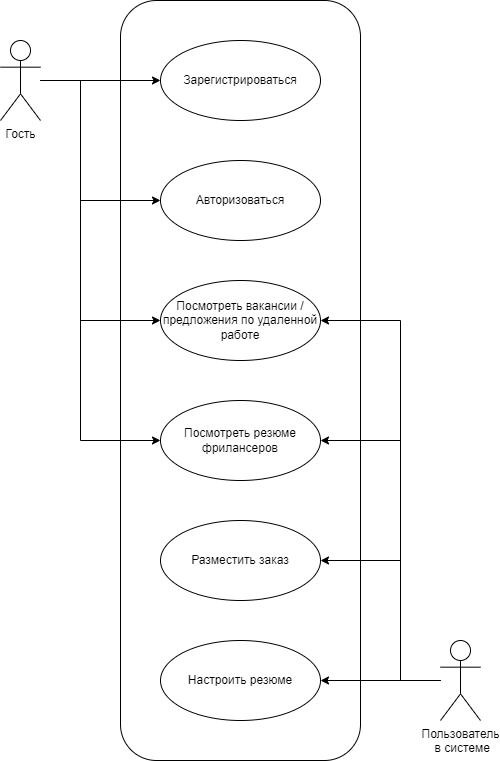
Earlier version of the draw.io export TPO_lab3/report/TPO_lab3.drawio.png (PashcalE2/TPO). Source tidied: cells renumbered, new cells last; positions are measured from the earlier drawing's top-left corner, leaving out a move shared by most shapes. Its diagram source:
```xml
<mxGraphModel>
  <root>
    <mxCell id="0" />
    <mxCell id="1" parent="0" />
    <mxCell id="2" style="rounded=1;whiteSpace=wrap;html=1;gradientColor=none;fillColor=none;" parent="1" vertex="1">
      <mxGeometry x="120" width="240" height="760" as="geometry" />
    </mxCell>
    <mxCell id="3" style="edgeStyle=orthogonalEdgeStyle;rounded=0;jettySize=auto;html=1;entryX=1;entryY=0.5;entryDx=0;entryDy=0;" parent="1" edge="1" source="7" target="8">
      <mxGeometry relative="1" as="geometry">
        <Array as="points">
          <mxPoint x="400" y="680" />
          <mxPoint x="400" y="320" />
        </Array>
      </mxGeometry>
    </mxCell>
    <mxCell id="4" style="edgeStyle=orthogonalEdgeStyle;rounded=0;jettySize=auto;html=1;entryX=1;entryY=0.5;entryDx=0;entryDy=0;" parent="1" edge="1" source="7" target="16">
      <mxGeometry relative="1" as="geometry">
        <Array as="points">
          <mxPoint x="400" y="680" />
          <mxPoint x="400" y="440" />
        </Array>
      </mxGeometry>
    </mxCell>
    <mxCell id="5" style="edgeStyle=orthogonalEdgeStyle;rounded=0;jettySize=auto;html=1;entryX=1;entryY=0.5;entryDx=0;entryDy=0;" parent="1" edge="1" source="7" target="17">
      <mxGeometry relative="1" as="geometry">
        <Array as="points">
          <mxPoint x="400" y="680" />
          <mxPoint x="400" y="560" />
        </Array>
      </mxGeometry>
    </mxCell>
    <mxCell id="6" style="edgeStyle=orthogonalEdgeStyle;rounded=0;jettySize=auto;html=1;entryX=1;entryY=0.5;entryDx=0;entryDy=0;" parent="1" edge="1" source="7" target="18">
      <mxGeometry relative="1" as="geometry" />
    </mxCell>
    <mxCell id="7" value="&lt;div&gt;&lt;div&gt;Пользователь&lt;/div&gt;&lt;div&gt;&amp;nbsp;в&amp;nbsp;&lt;span style=&quot;background-color: initial;&quot;&gt;системе&lt;/span&gt;&lt;/div&gt;&lt;/div&gt;" style="shape=umlActor;verticalLabelPosition=bottom;verticalAlign=top;html=1;outlineConnect=0;" parent="1" vertex="1">
      <mxGeometry x="440" y="640" width="40" height="80" as="geometry" />
    </mxCell>
    <mxCell id="8" value="Посмотреть вакансии / предложения по удаленной работе" style="ellipse;whiteSpace=wrap;html=1;" parent="1" vertex="1">
      <mxGeometry x="160" y="280" width="160" height="80" as="geometry" />
    </mxCell>
    <mxCell id="9" value="Зарегистрироваться" style="ellipse;whiteSpace=wrap;html=1;" parent="1" vertex="1">
      <mxGeometry x="160" y="40" width="160" height="80" as="geometry" />
    </mxCell>
    <mxCell id="10" value="Авторизоваться" style="ellipse;whiteSpace=wrap;html=1;" parent="1" vertex="1">
      <mxGeometry x="160" y="160" width="160" height="80" as="geometry" />
    </mxCell>
    <mxCell id="11" style="edgeStyle=orthogonalEdgeStyle;rounded=0;jettySize=auto;html=1;" parent="1" edge="1" source="15" target="9">
      <mxGeometry relative="1" as="geometry" />
    </mxCell>
    <mxCell id="12" style="edgeStyle=orthogonalEdgeStyle;rounded=0;jettySize=auto;html=1;entryX=0;entryY=0.5;entryDx=0;entryDy=0;" parent="1" edge="1" source="15" target="10">
      <mxGeometry relative="1" as="geometry">
        <Array as="points">
          <mxPoint x="80" y="80" />
          <mxPoint x="80" y="200" />
        </Array>
      </mxGeometry>
    </mxCell>
    <mxCell id="13" style="edgeStyle=orthogonalEdgeStyle;rounded=0;jettySize=auto;html=1;entryX=0;entryY=0.5;entryDx=0;entryDy=0;" parent="1" edge="1" source="15" target="8">
      <mxGeometry relative="1" as="geometry">
        <Array as="points">
          <mxPoint x="80" y="80" />
          <mxPoint x="80" y="320" />
        </Array>
      </mxGeometry>
    </mxCell>
    <mxCell id="14" style="edgeStyle=orthogonalEdgeStyle;rounded=0;jettySize=auto;html=1;entryX=0;entryY=0.5;entryDx=0;entryDy=0;" parent="1" edge="1" source="15" target="16">
      <mxGeometry relative="1" as="geometry">
        <Array as="points">
          <mxPoint x="80" y="80" />
          <mxPoint x="80" y="440" />
        </Array>
      </mxGeometry>
    </mxCell>
    <mxCell id="15" value="&lt;div&gt;&lt;div&gt;Гость&lt;/div&gt;&lt;/div&gt;&lt;div&gt;&lt;br&gt;&lt;/div&gt;" style="shape=umlActor;verticalLabelPosition=bottom;verticalAlign=top;html=1;outlineConnect=0;" parent="1" vertex="1">
      <mxGeometry y="40" width="40" height="80" as="geometry" />
    </mxCell>
    <mxCell id="16" value="Посмотреть резюме фрилансеров" style="ellipse;whiteSpace=wrap;html=1;" parent="1" vertex="1">
      <mxGeometry x="160" y="400" width="160" height="80" as="geometry" />
    </mxCell>
    <mxCell id="17" value="Разместить заказ" style="ellipse;whiteSpace=wrap;html=1;" parent="1" vertex="1">
      <mxGeometry x="160" y="520" width="160" height="80" as="geometry" />
    </mxCell>
    <mxCell id="18" value="Настроить резюме" style="ellipse;whiteSpace=wrap;html=1;" parent="1" vertex="1">
      <mxGeometry x="160" y="640" width="160" height="80" as="geometry" />
    </mxCell>
  </root>
</mxGraphModel>
```
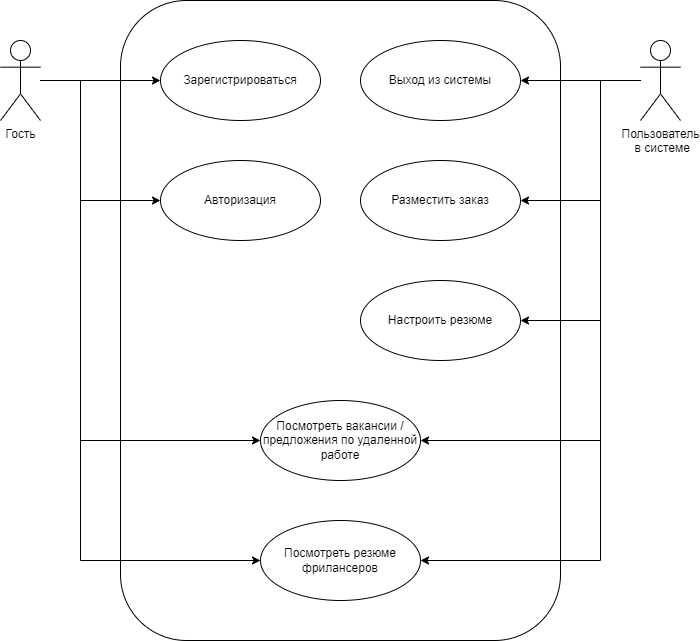
Later version of the same file.

Change to the diagram source:
```diff
@@ -3,45 +3,53 @@
     <mxCell id="0" />
     <mxCell id="1" parent="0" />
     <mxCell id="2" style="rounded=1;whiteSpace=wrap;html=1;gradientColor=none;fillColor=none;" parent="1" vertex="1">
-      <mxGeometry x="120" width="240" height="760" as="geometry" />
+      <mxGeometry x="120" width="440" height="640" as="geometry" />
     </mxCell>
-    <mxCell id="3" style="edgeStyle=orthogonalEdgeStyle;rounded=0;jettySize=auto;html=1;entryX=1;entryY=0.5;entryDx=0;entryDy=0;" parent="1" edge="1" source="7" target="8">
-      <mxGeometry relative="1" as="geometry">
-        <Array as="points">
-          <mxPoint x="400" y="680" />
-          <mxPoint x="400" y="320" />
-        </Array>
-      </mxGeometry>
-    </mxCell>
-    <mxCell id="4" style="edgeStyle=orthogonalEdgeStyle;rounded=0;jettySize=auto;html=1;entryX=1;entryY=0.5;entryDx=0;entryDy=0;" parent="1" edge="1" source="7" target="16">
-      <mxGeometry relative="1" as="geometry">
-        <Array as="points">
-          <mxPoint x="400" y="680" />
-          <mxPoint x="400" y="440" />
-        </Array>
-      </mxGeometry>
-    </mxCell>
+    <mxCell id="19" style="edgeStyle=orthogonalEdgeStyle;rounded=0;jettySize=auto;html=1;entryX=1;entryY=0.5;entryDx=0;entryDy=0;" parent="1" edge="1" source="7" target="20">
+      <mxGeometry relative="1" as="geometry" />
+    </mxCell>
     <mxCell id="5" style="edgeStyle=orthogonalEdgeStyle;rounded=0;jettySize=auto;html=1;entryX=1;entryY=0.5;entryDx=0;entryDy=0;" parent="1" edge="1" source="7" target="17">
       <mxGeometry relative="1" as="geometry">
         <Array as="points">
-          <mxPoint x="400" y="680" />
-          <mxPoint x="400" y="560" />
+          <mxPoint x="600" y="80" />
+          <mxPoint x="600" y="200" />
         </Array>
       </mxGeometry>
     </mxCell>
     <mxCell id="6" style="edgeStyle=orthogonalEdgeStyle;rounded=0;jettySize=auto;html=1;entryX=1;entryY=0.5;entryDx=0;entryDy=0;" parent="1" edge="1" source="7" target="18">
-      <mxGeometry relative="1" as="geometry" />
+      <mxGeometry relative="1" as="geometry">
+        <Array as="points">
+          <mxPoint x="600" y="80" />
+          <mxPoint x="600" y="320" />
+        </Array>
+      </mxGeometry>
     </mxCell>
+    <mxCell id="4" style="edgeStyle=orthogonalEdgeStyle;rounded=0;jettySize=auto;html=1;entryX=1;entryY=0.5;entryDx=0;entryDy=0;" parent="1" edge="1" source="7" target="16">
+      <mxGeometry relative="1" as="geometry">
+        <Array as="points">
+          <mxPoint x="600" y="80" />
+          <mxPoint x="600" y="560" />
+        </Array>
+      </mxGeometry>
+    </mxCell>
+    <mxCell id="3" style="edgeStyle=orthogonalEdgeStyle;rounded=0;jettySize=auto;html=1;entryX=1;entryY=0.5;entryDx=0;entryDy=0;" parent="1" edge="1" source="7" target="8">
+      <mxGeometry relative="1" as="geometry">
+        <Array as="points">
+          <mxPoint x="600" y="80" />
+          <mxPoint x="600" y="440" />
+        </Array>
+      </mxGeometry>
+    </mxCell>
     <mxCell id="7" value="&lt;div&gt;&lt;div&gt;Пользователь&lt;/div&gt;&lt;div&gt;&amp;nbsp;в&amp;nbsp;&lt;span style=&quot;background-color: initial;&quot;&gt;системе&lt;/span&gt;&lt;/div&gt;&lt;/div&gt;" style="shape=umlActor;verticalLabelPosition=bottom;verticalAlign=top;html=1;outlineConnect=0;" parent="1" vertex="1">
-      <mxGeometry x="440" y="640" width="40" height="80" as="geometry" />
+      <mxGeometry x="640" y="40" width="40" height="80" as="geometry" />
     </mxCell>
     <mxCell id="8" value="Посмотреть вакансии / предложения по удаленной работе" style="ellipse;whiteSpace=wrap;html=1;" parent="1" vertex="1">
-      <mxGeometry x="160" y="280" width="160" height="80" as="geometry" />
+      <mxGeometry x="260" y="400" width="160" height="80" as="geometry" />
     </mxCell>
     <mxCell id="9" value="Зарегистрироваться" style="ellipse;whiteSpace=wrap;html=1;" parent="1" vertex="1">
       <mxGeometry x="160" y="40" width="160" height="80" as="geometry" />
     </mxCell>
-    <mxCell id="10" value="Авторизоваться" style="ellipse;whiteSpace=wrap;html=1;" parent="1" vertex="1">
+    <mxCell id="10" value="Авторизация" style="ellipse;whiteSpace=wrap;html=1;" parent="1" vertex="1">
       <mxGeometry x="160" y="160" width="160" height="80" as="geometry" />
     </mxCell>
     <mxCell id="11" style="edgeStyle=orthogonalEdgeStyle;rounded=0;jettySize=auto;html=1;" parent="1" edge="1" source="15" target="9">
@@ -59,7 +67,7 @@
       <mxGeometry relative="1" as="geometry">
         <Array as="points">
           <mxPoint x="80" y="80" />
-          <mxPoint x="80" y="320" />
+          <mxPoint x="80" y="440" />
         </Array>
       </mxGeometry>
     </mxCell>
@@ -67,7 +75,7 @@
       <mxGeometry relative="1" as="geometry">
         <Array as="points">
           <mxPoint x="80" y="80" />
-          <mxPoint x="80" y="440" />
+          <mxPoint x="80" y="560" />
         </Array>
       </mxGeometry>
     </mxCell>
@@ -75,13 +83,16 @@
       <mxGeometry y="40" width="40" height="80" as="geometry" />
     </mxCell>
     <mxCell id="16" value="Посмотреть резюме фрилансеров" style="ellipse;whiteSpace=wrap;html=1;" parent="1" vertex="1">
-      <mxGeometry x="160" y="400" width="160" height="80" as="geometry" />
+      <mxGeometry x="260" y="520" width="160" height="80" as="geometry" />
     </mxCell>
     <mxCell id="17" value="Разместить заказ" style="ellipse;whiteSpace=wrap;html=1;" parent="1" vertex="1">
-      <mxGeometry x="160" y="520" width="160" height="80" as="geometry" />
+      <mxGeometry x="360" y="160" width="160" height="80" as="geometry" />
     </mxCell>
     <mxCell id="18" value="Настроить резюме" style="ellipse;whiteSpace=wrap;html=1;" parent="1" vertex="1">
-      <mxGeometry x="160" y="640" width="160" height="80" as="geometry" />
+      <mxGeometry x="360" y="280" width="160" height="80" as="geometry" />
     </mxCell>
+    <mxCell id="20" value="Выход из системы" style="ellipse;whiteSpace=wrap;html=1;" parent="1" vertex="1">
+      <mxGeometry x="360" y="40" width="160" height="80" as="geometry" />
+    </mxCell>
   </root>
 </mxGraphModel>
```
